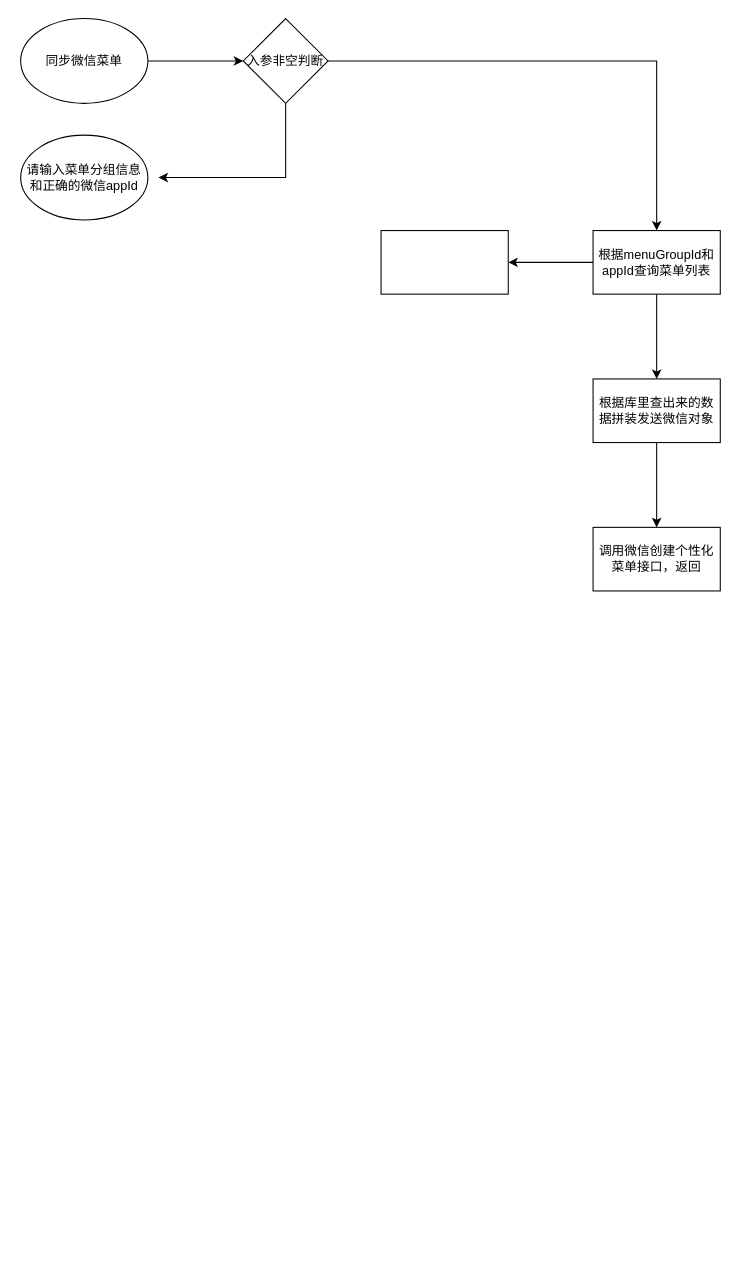
This is 微信平台-同步菜单-流程图.drawio from dingchengyungit/drawio, a draw.io file, before an edit. Source tidied: cells renumbered, new cells numbered last; positions are measured from the earlier drawing's top-left corner, leaving out a move shared by most shapes. Both pictures are drawn from the tidied source at 106%, with x=0, y=0 at pixel (20, 18).
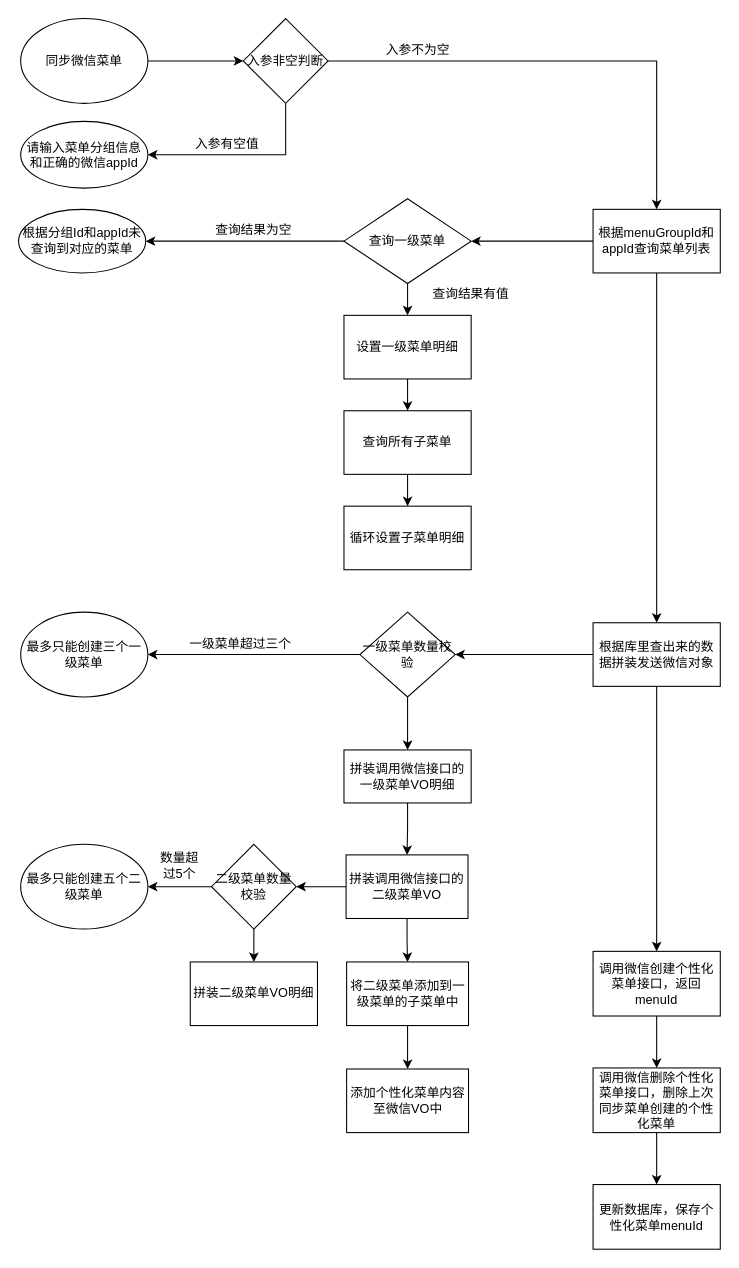
The same diagram, later.

Commit message (it also covers changes not shown here):
更新微信平台-同步菜单-流程图.drawio

The change refers to these unchanged cells:
```xml
<mxCell id="6" value="入参非空判断" style="rhombus;whiteSpace=wrap;html=1;" parent="1" vertex="1">
  <mxGeometry x="210" width="80" height="80" as="geometry" />
</mxCell>
```

Diff of the diagram source:
```diff
@@
-    <mxCell id="5" style="edgeStyle=orthogonalEdgeStyle;rounded=0;jettySize=auto;html=1;" parent="1" edge="1" source="6">
-      <mxGeometry relative="1" as="geometry">
-        <mxPoint x="130" y="150" as="targetPoint" />
-        <Array as="points">
-          <mxPoint x="250" y="150" />
-        </Array>
-      </mxGeometry>
-    </mxCell>
+    <mxCell id="15" style="edgeStyle=orthogonalEdgeStyle;rounded=0;jettySize=auto;html=1;entryX=1;entryY=0.5;entryDx=0;entryDy=0;" parent="1" edge="1" source="6" target="7">
+      <mxGeometry relative="1" as="geometry">
+        <Array as="points">
+          <mxPoint x="250" y="129" />
+        </Array>
+      </mxGeometry>
+    </mxCell>
@@
     <mxCell id="7" value="请输入菜单分组信息和正确的微信appId" style="ellipse;whiteSpace=wrap;html=1;" parent="1" vertex="1">
-      <mxGeometry y="110" width="120" height="80" as="geometry" />
+      <mxGeometry y="97" width="120" height="63" as="geometry" />
     </mxCell>
@@
-    <mxCell id="9" style="edgeStyle=orthogonalEdgeStyle;rounded=0;jettySize=auto;html=1;" parent="1" edge="1" source="10" target="11">
+    <mxCell id="9" style="edgeStyle=orthogonalEdgeStyle;rounded=0;jettySize=auto;html=1;entryX=1;entryY=0.5;entryDx=0;entryDy=0;" parent="1" edge="1" source="10" target="24">
       <mxGeometry relative="1" as="geometry" />
     </mxCell>
     <mxCell id="10" value="根据menuGroupId和appId查询菜单列表" style="rounded=0;whiteSpace=wrap;html=1;" parent="1" vertex="1">
-      <mxGeometry x="540" y="200" width="120" height="60" as="geometry" />
+      <mxGeometry x="540" y="180" width="120" height="60" as="geometry" />
     </mxCell>
-    <mxCell id="11" style="rounded=0;whiteSpace=wrap;html=1;" parent="1" vertex="1">
-      <mxGeometry x="340" y="200" width="120" height="60" as="geometry" />
-    </mxCell>
-    <mxCell id="12" style="edgeStyle=orthogonalEdgeStyle;rounded=0;jettySize=auto;html=1;" parent="1" edge="1" source="13" target="14">
+    <mxCell id="12" style="edgeStyle=orthogonalEdgeStyle;rounded=0;jettySize=auto;html=1;entryX=0.5;entryY=0;entryDx=0;entryDy=0;" parent="1" edge="1" source="13" target="18">
       <mxGeometry relative="1" as="geometry" />
     </mxCell>
+    <mxCell id="16" style="edgeStyle=orthogonalEdgeStyle;rounded=0;jettySize=auto;html=1;entryX=1;entryY=0.5;entryDx=0;entryDy=0;" parent="1" edge="1" source="13" target="37">
+      <mxGeometry relative="1" as="geometry" />
+    </mxCell>
     <mxCell id="13" value="根据库里查出来的数据拼装发送微信对象" style="rounded=0;whiteSpace=wrap;html=1;" parent="1" vertex="1">
-      <mxGeometry x="540" y="340" width="120" height="60" as="geometry" />
+      <mxGeometry x="540" y="570" width="120" height="60" as="geometry" />
     </mxCell>
-    <mxCell id="14" value="调用微信创建个性化菜单接口，返回" style="rounded=0;whiteSpace=wrap;html=1;" parent="1" vertex="1">
-      <mxGeometry x="540" y="480" width="120" height="60" as="geometry" />
-    </mxCell>
+    <mxCell id="17" style="edgeStyle=orthogonalEdgeStyle;rounded=0;jettySize=auto;html=1;" parent="1" edge="1" source="18" target="20">
+      <mxGeometry relative="1" as="geometry" />
+    </mxCell>
+    <mxCell id="18" value="调用微信创建个性化菜单接口，返回menuId" style="rounded=0;whiteSpace=wrap;html=1;" parent="1" vertex="1">
+      <mxGeometry x="540" y="880" width="120" height="61" as="geometry" />
+    </mxCell>
+    <mxCell id="19" style="edgeStyle=orthogonalEdgeStyle;rounded=0;jettySize=auto;html=1;entryX=0.5;entryY=0;entryDx=0;entryDy=0;" parent="1" edge="1" source="20" target="21">
+      <mxGeometry relative="1" as="geometry" />
+    </mxCell>
+    <mxCell id="20" value="调用微信删除个性化菜单接口，删除上次同步菜单创建的个性化菜单" style="rounded=0;whiteSpace=wrap;html=1;" parent="1" vertex="1">
+      <mxGeometry x="540" y="990" width="120" height="61" as="geometry" />
+    </mxCell>
+    <mxCell id="21" value="更新数据库，保存个性化菜单menuId" style="rounded=0;whiteSpace=wrap;html=1;" parent="1" vertex="1">
+      <mxGeometry x="540" y="1100" width="120" height="61" as="geometry" />
+    </mxCell>
+    <mxCell id="22" style="edgeStyle=orthogonalEdgeStyle;rounded=0;jettySize=auto;html=1;entryX=1;entryY=0.5;entryDx=0;entryDy=0;" parent="1" edge="1" source="24" target="25">
+      <mxGeometry relative="1" as="geometry" />
+    </mxCell>
+    <mxCell id="23" style="edgeStyle=orthogonalEdgeStyle;rounded=0;jettySize=auto;html=1;entryX=0.5;entryY=0;entryDx=0;entryDy=0;" parent="1" edge="1" source="24" target="28">
+      <mxGeometry relative="1" as="geometry" />
+    </mxCell>
+    <mxCell id="24" value="&lt;span style=&quot;white-space: normal&quot;&gt;查询一级菜单&lt;/span&gt;" style="rhombus;whiteSpace=wrap;html=1;" parent="1" vertex="1">
+      <mxGeometry x="305" y="170" width="120" height="80" as="geometry" />
+    </mxCell>
+    <mxCell id="25" value="根据分组Id和appId未查询到对应的菜单" style="ellipse;whiteSpace=wrap;html=1;" parent="1" vertex="1">
+      <mxGeometry x="-2" y="180" width="120" height="60" as="geometry" />
+    </mxCell>
+    <mxCell id="26" value="查询结果为空" style="text;html=1;strokeColor=none;fillColor=none;align=center;verticalAlign=middle;whiteSpace=wrap;rounded=0;" parent="1" vertex="1">
+      <mxGeometry x="180" y="190" width="80" height="20" as="geometry" />
+    </mxCell>
+    <mxCell id="27" style="edgeStyle=orthogonalEdgeStyle;rounded=0;jettySize=auto;html=1;" parent="1" edge="1" source="28" target="30">
+      <mxGeometry relative="1" as="geometry" />
+    </mxCell>
+    <mxCell id="28" value="设置一级菜单明细" style="rounded=0;whiteSpace=wrap;html=1;" parent="1" vertex="1">
+      <mxGeometry x="305" y="280" width="120" height="60" as="geometry" />
+    </mxCell>
+    <mxCell id="29" style="edgeStyle=orthogonalEdgeStyle;rounded=0;jettySize=auto;html=1;" parent="1" edge="1" source="30" target="31">
+      <mxGeometry relative="1" as="geometry" />
+    </mxCell>
+    <mxCell id="30" value="查询所有子菜单" style="rounded=0;whiteSpace=wrap;html=1;" parent="1" vertex="1">
+      <mxGeometry x="305" y="370" width="120" height="60" as="geometry" />
+    </mxCell>
+    <mxCell id="31" value="循环设置子菜单明细" style="rounded=0;whiteSpace=wrap;html=1;" parent="1" vertex="1">
+      <mxGeometry x="305" y="460" width="120" height="60" as="geometry" />
+    </mxCell>
+    <mxCell id="32" value="查询结果有值" style="text;html=1;strokeColor=none;fillColor=none;align=center;verticalAlign=middle;whiteSpace=wrap;rounded=0;" parent="1" vertex="1">
+      <mxGeometry x="380" y="250" width="90" height="20" as="geometry" />
+    </mxCell>
+    <mxCell id="33" value="入参有空值" style="text;html=1;strokeColor=none;fillColor=none;align=center;verticalAlign=middle;whiteSpace=wrap;rounded=0;" parent="1" vertex="1">
+      <mxGeometry x="160" y="109" width="70" height="20" as="geometry" />
+    </mxCell>
+    <mxCell id="34" value="入参不为空" style="text;html=1;strokeColor=none;fillColor=none;align=center;verticalAlign=middle;whiteSpace=wrap;rounded=0;" parent="1" vertex="1">
+      <mxGeometry x="330" y="20" width="90" height="20" as="geometry" />
+    </mxCell>
+    <mxCell id="35" style="edgeStyle=orthogonalEdgeStyle;rounded=0;jettySize=auto;html=1;entryX=1;entryY=0.5;entryDx=0;entryDy=0;" parent="1" edge="1" source="37" target="38">
+      <mxGeometry relative="1" as="geometry" />
+    </mxCell>
+    <mxCell id="36" style="edgeStyle=orthogonalEdgeStyle;rounded=0;jettySize=auto;html=1;entryX=0.5;entryY=0;entryDx=0;entryDy=0;" parent="1" edge="1" source="37" target="41">
+      <mxGeometry relative="1" as="geometry" />
+    </mxCell>
+    <mxCell id="37" value="&lt;span style=&quot;white-space: normal&quot;&gt;一级菜单数量校验&lt;/span&gt;" style="rhombus;whiteSpace=wrap;html=1;" parent="1" vertex="1">
+      <mxGeometry x="320" y="560" width="90" height="80" as="geometry" />
+    </mxCell>
+    <mxCell id="38" value="最多只能创建三个一级菜单" style="ellipse;whiteSpace=wrap;html=1;" parent="1" vertex="1">
+      <mxGeometry y="560" width="120" height="80" as="geometry" />
+    </mxCell>
+    <mxCell id="39" value="一级菜单超过三个" style="text;html=1;strokeColor=none;fillColor=none;align=center;verticalAlign=middle;whiteSpace=wrap;rounded=0;" parent="1" vertex="1">
+      <mxGeometry x="155" y="580" width="105" height="20" as="geometry" />
+    </mxCell>
+    <mxCell id="40" style="edgeStyle=orthogonalEdgeStyle;rounded=0;jettySize=auto;html=1;entryX=0.5;entryY=0;entryDx=0;entryDy=0;" parent="1" edge="1" source="41" target="44">
+      <mxGeometry relative="1" as="geometry" />
+    </mxCell>
+    <mxCell id="41" value="拼装调用微信接口的一级菜单VO明细" style="rounded=0;whiteSpace=wrap;html=1;" parent="1" vertex="1">
+      <mxGeometry x="305" y="690" width="120" height="50" as="geometry" />
+    </mxCell>
+    <mxCell id="42" style="edgeStyle=orthogonalEdgeStyle;rounded=0;jettySize=auto;html=1;entryX=1;entryY=0.5;entryDx=0;entryDy=0;" parent="1" edge="1" source="44" target="50">
+      <mxGeometry relative="1" as="geometry" />
+    </mxCell>
+    <mxCell id="43" style="edgeStyle=orthogonalEdgeStyle;rounded=0;jettySize=auto;html=1;" parent="1" edge="1" source="44" target="46">
+      <mxGeometry relative="1" as="geometry" />
+    </mxCell>
+    <mxCell id="44" value="拼装调用微信接口的二级菜单VO" style="rounded=0;whiteSpace=wrap;html=1;" parent="1" vertex="1">
+      <mxGeometry x="307" y="789" width="115" height="60" as="geometry" />
+    </mxCell>
+    <mxCell id="45" style="edgeStyle=orthogonalEdgeStyle;rounded=0;jettySize=auto;html=1;" parent="1" edge="1" source="46" target="47">
+      <mxGeometry relative="1" as="geometry" />
+    </mxCell>
+    <mxCell id="46" value="将二级菜单添加到一级菜单的子菜单中" style="rounded=0;whiteSpace=wrap;html=1;" parent="1" vertex="1">
+      <mxGeometry x="307.5" y="890" width="115" height="60" as="geometry" />
+    </mxCell>
+    <mxCell id="47" value="添加个性化菜单内容至微信VO中" style="rounded=0;whiteSpace=wrap;html=1;" parent="1" vertex="1">
+      <mxGeometry x="307.5" y="991" width="115" height="60" as="geometry" />
+    </mxCell>
+    <mxCell id="48" style="edgeStyle=orthogonalEdgeStyle;rounded=0;jettySize=auto;html=1;entryX=1;entryY=0.5;entryDx=0;entryDy=0;" parent="1" edge="1" source="50" target="51">
+      <mxGeometry relative="1" as="geometry" />
+    </mxCell>
+    <mxCell id="49" style="edgeStyle=orthogonalEdgeStyle;rounded=0;jettySize=auto;html=1;entryX=0.5;entryY=0;entryDx=0;entryDy=0;" parent="1" edge="1" source="50" target="53">
+      <mxGeometry relative="1" as="geometry" />
+    </mxCell>
+    <mxCell id="50" value="二级菜单数量校验" style="rhombus;whiteSpace=wrap;html=1;" parent="1" vertex="1">
+      <mxGeometry x="180" y="779" width="80" height="80" as="geometry" />
+    </mxCell>
+    <mxCell id="51" value="最多只能创建五个二级菜单" style="ellipse;whiteSpace=wrap;html=1;" parent="1" vertex="1">
+      <mxGeometry y="779" width="120" height="80" as="geometry" />
+    </mxCell>
+    <mxCell id="52" value="数量超过5个" style="text;html=1;strokeColor=none;fillColor=none;align=center;verticalAlign=middle;whiteSpace=wrap;rounded=0;" parent="1" vertex="1">
+      <mxGeometry x="130" y="789" width="40" height="20" as="geometry" />
+    </mxCell>
+    <mxCell id="53" value="拼装二级菜单VO明细" style="rounded=0;whiteSpace=wrap;html=1;" parent="1" vertex="1">
+      <mxGeometry x="160" y="890" width="120" height="60" as="geometry" />
+    </mxCell>
```
